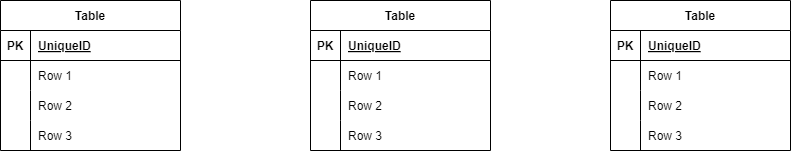
Above: ER.drawio.png in rikuuta1217/To-do-app (draw.io), before the change. Source tidied: cells renumbered, new cells last; positions are measured from the earlier drawing's top-left corner, leaving out a move shared by most shapes.
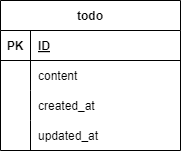
The same file after the commit.

Change to the diagram source:
```diff
@@ -2,7 +2,7 @@
   <root>
     <mxCell id="0" />
     <mxCell id="1" parent="0" />
-    <mxCell id="2" value="Table" style="shape=table;startSize=30;rowLines=0;fontStyle=1;align=center;" parent="1" vertex="1">
+    <mxCell id="2" value="todo" style="shape=table;startSize=30;rowLines=0;fontStyle=1;align=center;" parent="1" vertex="1">
       <mxGeometry width="180" height="150" as="geometry" />
     </mxCell>
     <mxCell id="3" style="shape=tableRow;horizontal=0;startSize=0;swimlaneHead=0;swimlaneBody=0;fillColor=none;top=0;left=0;right=0;bottom=1;" parent="2" vertex="1">
@@ -11,7 +11,7 @@
     <mxCell id="4" value="PK" style="shape=partialRectangle;fillColor=none;top=0;left=0;bottom=0;right=0;fontStyle=1;overflow=hidden;" parent="3" vertex="1">
       <mxGeometry width="30" height="30" as="geometry" />
     </mxCell>
-    <mxCell id="5" value="UniqueID" style="shape=partialRectangle;fillColor=none;top=0;left=0;bottom=0;right=0;align=left;spacingLeft=6;fontStyle=5;overflow=hidden;" parent="3" vertex="1">
+    <mxCell id="5" value="ID" style="shape=partialRectangle;fillColor=none;top=0;left=0;bottom=0;right=0;align=left;spacingLeft=6;fontStyle=5;overflow=hidden;" parent="3" vertex="1">
       <mxGeometry x="30" width="150" height="30" as="geometry" />
     </mxCell>
     <mxCell id="6" style="shape=tableRow;horizontal=0;startSize=0;swimlaneHead=0;swimlaneBody=0;fillColor=none;top=0;left=0;right=0;bottom=0;" parent="2" vertex="1">
@@ -20,7 +20,7 @@
     <mxCell id="7" style="shape=partialRectangle;fillColor=none;top=0;left=0;bottom=0;right=0;overflow=hidden;" parent="6" vertex="1">
       <mxGeometry width="30" height="30" as="geometry" />
     </mxCell>
-    <mxCell id="8" value="Row 1" style="shape=partialRectangle;fillColor=none;top=0;left=0;bottom=0;right=0;align=left;spacingLeft=6;overflow=hidden;" parent="6" vertex="1">
+    <mxCell id="8" value="content" style="shape=partialRectangle;fillColor=none;top=0;left=0;bottom=0;right=0;align=left;spacingLeft=6;overflow=hidden;" parent="6" vertex="1">
       <mxGeometry x="30" width="150" height="30" as="geometry" />
     </mxCell>
     <mxCell id="9" style="shape=tableRow;horizontal=0;startSize=0;swimlaneHead=0;swimlaneBody=0;fillColor=none;top=0;left=0;right=0;bottom=0;" parent="2" vertex="1">
@@ -29,7 +29,7 @@
     <mxCell id="10" style="shape=partialRectangle;fillColor=none;top=0;left=0;bottom=0;right=0;overflow=hidden;" parent="9" vertex="1">
       <mxGeometry width="30" height="30" as="geometry" />
     </mxCell>
-    <mxCell id="11" value="Row 2" style="shape=partialRectangle;fillColor=none;top=0;left=0;bottom=0;right=0;align=left;spacingLeft=6;overflow=hidden;" parent="9" vertex="1">
+    <mxCell id="11" value="created_at" style="shape=partialRectangle;fillColor=none;top=0;left=0;bottom=0;right=0;align=left;spacingLeft=6;overflow=hidden;" parent="9" vertex="1">
       <mxGeometry x="30" width="150" height="30" as="geometry" />
     </mxCell>
     <mxCell id="12" style="shape=tableRow;horizontal=0;startSize=0;swimlaneHead=0;swimlaneBody=0;fillColor=none;top=0;left=0;right=0;bottom=0;" parent="2" vertex="1">
@@ -38,86 +38,8 @@
     <mxCell id="13" style="shape=partialRectangle;fillColor=none;top=0;left=0;bottom=0;right=0;overflow=hidden;" parent="12" vertex="1">
       <mxGeometry width="30" height="30" as="geometry" />
     </mxCell>
-    <mxCell id="14" value="Row 3" style="shape=partialRectangle;fillColor=none;top=0;left=0;bottom=0;right=0;align=left;spacingLeft=6;overflow=hidden;" parent="12" vertex="1">
+    <mxCell id="14" value="updated_at" style="shape=partialRectangle;fillColor=none;top=0;left=0;bottom=0;right=0;align=left;spacingLeft=6;overflow=hidden;" parent="12" vertex="1">
       <mxGeometry x="30" width="150" height="30" as="geometry" />
     </mxCell>
-    <mxCell id="15" value="Table" style="shape=table;startSize=30;rowLines=0;fontStyle=1;align=center;" parent="1" vertex="1">
-      <mxGeometry x="310" width="180" height="150" as="geometry" />
-    </mxCell>
-    <mxCell id="16" style="shape=tableRow;horizontal=0;startSize=0;swimlaneHead=0;swimlaneBody=0;fillColor=none;top=0;left=0;right=0;bottom=1;" parent="15" vertex="1">
-      <mxGeometry y="30" width="180" height="30" as="geometry" />
-    </mxCell>
-    <mxCell id="17" value="PK" style="shape=partialRectangle;fillColor=none;top=0;left=0;bottom=0;right=0;fontStyle=1;overflow=hidden;" parent="16" vertex="1">
-      <mxGeometry width="30" height="30" as="geometry" />
-    </mxCell>
-    <mxCell id="18" value="UniqueID" style="shape=partialRectangle;fillColor=none;top=0;left=0;bottom=0;right=0;align=left;spacingLeft=6;fontStyle=5;overflow=hidden;" parent="16" vertex="1">
-      <mxGeometry x="30" width="150" height="30" as="geometry" />
-    </mxCell>
-    <mxCell id="19" style="shape=tableRow;horizontal=0;startSize=0;swimlaneHead=0;swimlaneBody=0;fillColor=none;top=0;left=0;right=0;bottom=0;" parent="15" vertex="1">
-      <mxGeometry y="60" width="180" height="30" as="geometry" />
-    </mxCell>
-    <mxCell id="20" style="shape=partialRectangle;fillColor=none;top=0;left=0;bottom=0;right=0;overflow=hidden;" parent="19" vertex="1">
-      <mxGeometry width="30" height="30" as="geometry" />
-    </mxCell>
-    <mxCell id="21" value="Row 1" style="shape=partialRectangle;fillColor=none;top=0;left=0;bottom=0;right=0;align=left;spacingLeft=6;overflow=hidden;" parent="19" vertex="1">
-      <mxGeometry x="30" width="150" height="30" as="geometry" />
-    </mxCell>
-    <mxCell id="22" style="shape=tableRow;horizontal=0;startSize=0;swimlaneHead=0;swimlaneBody=0;fillColor=none;top=0;left=0;right=0;bottom=0;" parent="15" vertex="1">
-      <mxGeometry y="90" width="180" height="30" as="geometry" />
-    </mxCell>
-    <mxCell id="23" style="shape=partialRectangle;fillColor=none;top=0;left=0;bottom=0;right=0;overflow=hidden;" parent="22" vertex="1">
-      <mxGeometry width="30" height="30" as="geometry" />
-    </mxCell>
-    <mxCell id="24" value="Row 2" style="shape=partialRectangle;fillColor=none;top=0;left=0;bottom=0;right=0;align=left;spacingLeft=6;overflow=hidden;" parent="22" vertex="1">
-      <mxGeometry x="30" width="150" height="30" as="geometry" />
-    </mxCell>
-    <mxCell id="25" style="shape=tableRow;horizontal=0;startSize=0;swimlaneHead=0;swimlaneBody=0;fillColor=none;top=0;left=0;right=0;bottom=0;" parent="15" vertex="1">
-      <mxGeometry y="120" width="180" height="30" as="geometry" />
-    </mxCell>
-    <mxCell id="26" style="shape=partialRectangle;fillColor=none;top=0;left=0;bottom=0;right=0;overflow=hidden;" parent="25" vertex="1">
-      <mxGeometry width="30" height="30" as="geometry" />
-    </mxCell>
-    <mxCell id="27" value="Row 3" style="shape=partialRectangle;fillColor=none;top=0;left=0;bottom=0;right=0;align=left;spacingLeft=6;overflow=hidden;" parent="25" vertex="1">
-      <mxGeometry x="30" width="150" height="30" as="geometry" />
-    </mxCell>
-    <mxCell id="28" value="Table" style="shape=table;startSize=30;rowLines=0;fontStyle=1;align=center;" parent="1" vertex="1">
-      <mxGeometry x="610" width="180" height="150" as="geometry" />
-    </mxCell>
-    <mxCell id="29" style="shape=tableRow;horizontal=0;startSize=0;swimlaneHead=0;swimlaneBody=0;fillColor=none;top=0;left=0;right=0;bottom=1;" parent="28" vertex="1">
-      <mxGeometry y="30" width="180" height="30" as="geometry" />
-    </mxCell>
-    <mxCell id="30" value="PK" style="shape=partialRectangle;fillColor=none;top=0;left=0;bottom=0;right=0;fontStyle=1;overflow=hidden;" parent="29" vertex="1">
-      <mxGeometry width="30" height="30" as="geometry" />
-    </mxCell>
-    <mxCell id="31" value="UniqueID" style="shape=partialRectangle;fillColor=none;top=0;left=0;bottom=0;right=0;align=left;spacingLeft=6;fontStyle=5;overflow=hidden;" parent="29" vertex="1">
-      <mxGeometry x="30" width="150" height="30" as="geometry" />
-    </mxCell>
-    <mxCell id="32" style="shape=tableRow;horizontal=0;startSize=0;swimlaneHead=0;swimlaneBody=0;fillColor=none;top=0;left=0;right=0;bottom=0;" parent="28" vertex="1">
-      <mxGeometry y="60" width="180" height="30" as="geometry" />
-    </mxCell>
-    <mxCell id="33" style="shape=partialRectangle;fillColor=none;top=0;left=0;bottom=0;right=0;overflow=hidden;" parent="32" vertex="1">
-      <mxGeometry width="30" height="30" as="geometry" />
-    </mxCell>
-    <mxCell id="34" value="Row 1" style="shape=partialRectangle;fillColor=none;top=0;left=0;bottom=0;right=0;align=left;spacingLeft=6;overflow=hidden;" parent="32" vertex="1">
-      <mxGeometry x="30" width="150" height="30" as="geometry" />
-    </mxCell>
-    <mxCell id="35" style="shape=tableRow;horizontal=0;startSize=0;swimlaneHead=0;swimlaneBody=0;fillColor=none;top=0;left=0;right=0;bottom=0;" parent="28" vertex="1">
-      <mxGeometry y="90" width="180" height="30" as="geometry" />
-    </mxCell>
-    <mxCell id="36" style="shape=partialRectangle;fillColor=none;top=0;left=0;bottom=0;right=0;overflow=hidden;" parent="35" vertex="1">
-      <mxGeometry width="30" height="30" as="geometry" />
-    </mxCell>
-    <mxCell id="37" value="Row 2" style="shape=partialRectangle;fillColor=none;top=0;left=0;bottom=0;right=0;align=left;spacingLeft=6;overflow=hidden;" parent="35" vertex="1">
-      <mxGeometry x="30" width="150" height="30" as="geometry" />
-    </mxCell>
-    <mxCell id="38" style="shape=tableRow;horizontal=0;startSize=0;swimlaneHead=0;swimlaneBody=0;fillColor=none;top=0;left=0;right=0;bottom=0;" parent="28" vertex="1">
-      <mxGeometry y="120" width="180" height="30" as="geometry" />
-    </mxCell>
-    <mxCell id="39" style="shape=partialRectangle;fillColor=none;top=0;left=0;bottom=0;right=0;overflow=hidden;" parent="38" vertex="1">
-      <mxGeometry width="30" height="30" as="geometry" />
-    </mxCell>
-    <mxCell id="40" value="Row 3" style="shape=partialRectangle;fillColor=none;top=0;left=0;bottom=0;right=0;align=left;spacingLeft=6;overflow=hidden;" parent="38" vertex="1">
-      <mxGeometry x="30" width="150" height="30" as="geometry" />
-    </mxCell>
   </root>
 </mxGraphModel>
```
